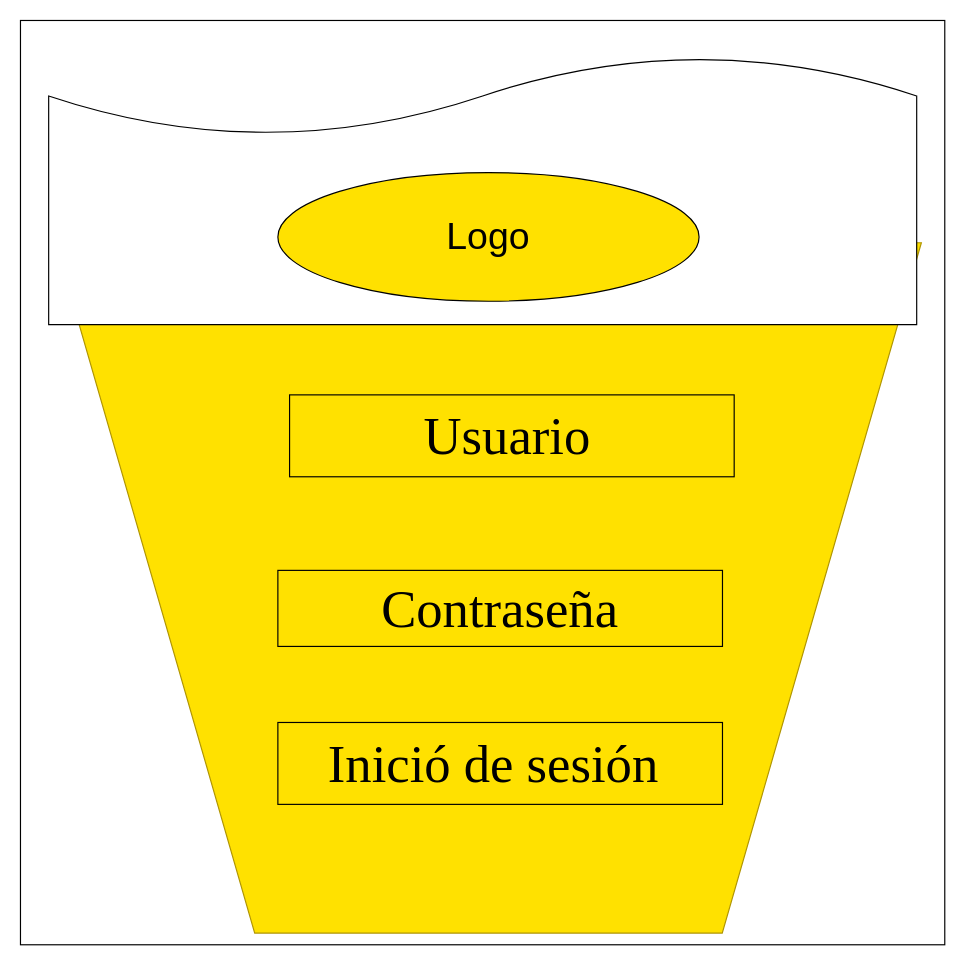
This is page "Page-10" (10 of 12) of Bocetos/Bocetos-de-login/Untitled Diagram.drawio from Evaristodantur/BierClub, a draw.io file, before an edit. Source tidied: cells renumbered, new cells numbered last; positions are measured from the earlier drawing's top-left corner, leaving out a move shared by most shapes. Both pictures are drawn from the tidied source at 117%, with x=0, y=0 at pixel (20, 20).
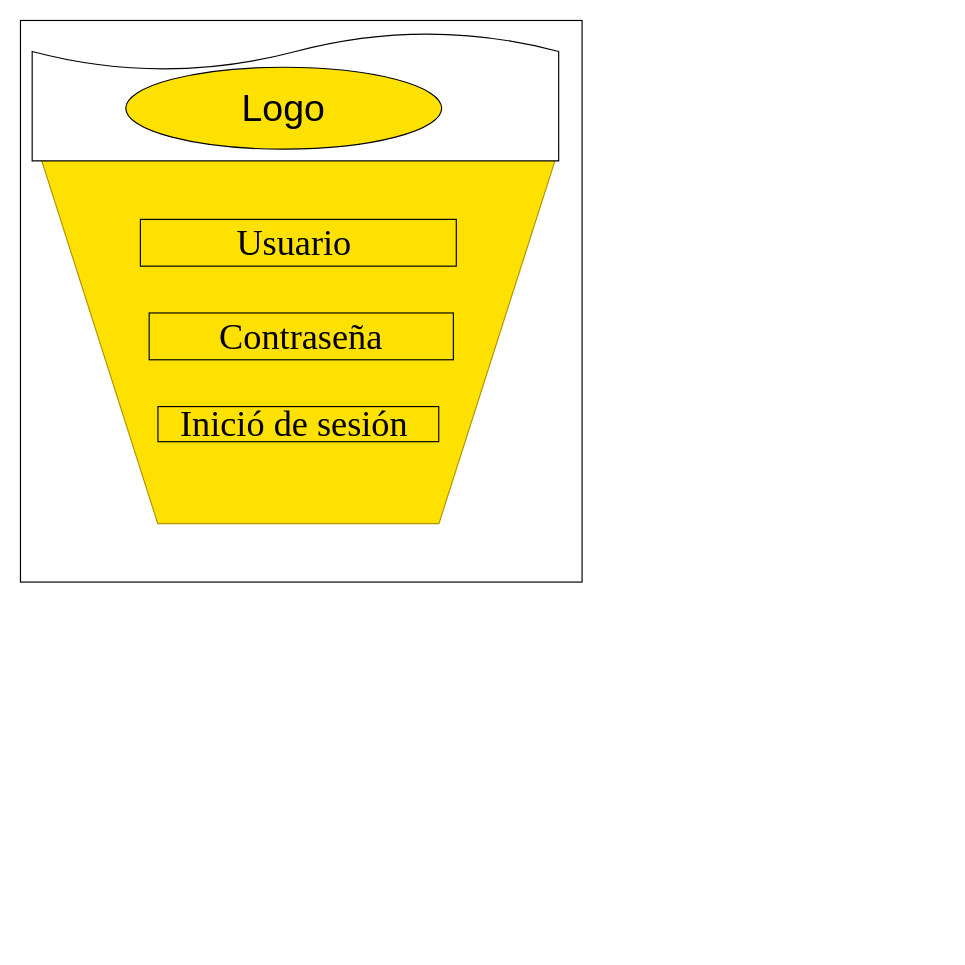
The same diagram, later.

The edit, as a diff of the source:
```diff
@@
 <mxGraphModel>
   <root>
     <mxCell id="0" />
     <mxCell id="1" parent="0" />
     <mxCell id="2" style="whiteSpace=wrap;html=1;" parent="1" vertex="1">
-      <mxGeometry width="790" height="790" as="geometry" />
+      <mxGeometry width="480" height="480" as="geometry" />
     </mxCell>
     <mxCell id="3" style="verticalLabelPosition=bottom;verticalAlign=top;html=1;shape=trapezoid;perimeter=trapezoidPerimeter;whiteSpace=wrap;size=0.23;arcSize=10;flipV=1;strokeColor=#B09500;fontColor=#ffffff;fillColor=#FFE100;" parent="1" vertex="1">
-      <mxGeometry x="30" y="190" width="740" height="590" as="geometry" />
+      <mxGeometry x="15" y="110" width="445" height="320" as="geometry" />
     </mxCell>
     <mxCell id="4" style="shape=document;whiteSpace=wrap;html=1;boundedLbl=1;rotation=-180;" parent="1" vertex="1">
-      <mxGeometry x="24.1" y="30" width="741.9" height="230" as="geometry" />
+      <mxGeometry x="10" y="10" width="450" height="110" as="geometry" />
     </mxCell>
-    <mxCell id="5" value="&lt;font style=&quot;font-size: 45px&quot; face=&quot;Times New Roman&quot;&gt;Inició de sesión&amp;nbsp;&lt;/font&gt;" style="rounded=0;whiteSpace=wrap;html=1;fillColor=#FFE100;gradientColor=none;" parent="1" vertex="1">
-      <mxGeometry x="220" y="600" width="380" height="70" as="geometry" />
+    <mxCell id="5" value="&lt;font face=&quot;Times New Roman&quot; style=&quot;font-size: 31px&quot;&gt;Inició de sesión&amp;nbsp;&lt;/font&gt;" style="rounded=0;whiteSpace=wrap;html=1;fillColor=#FFE100;gradientColor=none;" parent="1" vertex="1">
+      <mxGeometry x="117.5" y="330" width="240" height="30" as="geometry" />
     </mxCell>
-    <mxCell id="6" value="&lt;font style=&quot;font-size: 45px&quot; face=&quot;Times New Roman&quot;&gt;Contraseña&lt;/font&gt;" style="rounded=0;whiteSpace=wrap;html=1;fillColor=#FFE100;gradientColor=none;" parent="1" vertex="1">
-      <mxGeometry x="220" y="470" width="380" height="65" as="geometry" />
+    <mxCell id="6" value="&lt;font face=&quot;Times New Roman&quot; style=&quot;font-size: 31px&quot;&gt;Contraseña&lt;/font&gt;" style="rounded=0;whiteSpace=wrap;html=1;fillColor=#FFE100;gradientColor=none;" parent="1" vertex="1">
+      <mxGeometry x="110" y="250" width="260" height="40" as="geometry" />
     </mxCell>
-    <mxCell id="7" value="&lt;font face=&quot;Times New Roman&quot;&gt;&lt;font style=&quot;font-size: 45px&quot;&gt;Usuario&lt;/font&gt;&lt;font style=&quot;font-size: 30px&quot;&gt;&amp;nbsp;&lt;/font&gt;&lt;/font&gt;" style="rounded=0;whiteSpace=wrap;html=1;fillColor=#FFE100;gradientColor=none;fontSize=15;" parent="1" vertex="1">
-      <mxGeometry x="230" y="320" width="380" height="70" as="geometry" />
+    <mxCell id="7" value="&lt;font face=&quot;Times New Roman&quot; style=&quot;font-size: 31px&quot;&gt;&lt;font style=&quot;font-size: 31px&quot;&gt;Usuario&lt;/font&gt;&lt;font style=&quot;font-size: 31px&quot;&gt;&amp;nbsp;&lt;/font&gt;&lt;/font&gt;" style="rounded=0;whiteSpace=wrap;html=1;fillColor=#FFE100;gradientColor=none;fontSize=15;" parent="1" vertex="1">
+      <mxGeometry x="102.5" y="170" width="270" height="40" as="geometry" />
     </mxCell>
     <mxCell id="8" value="&lt;font style=&quot;font-size: 32px&quot;&gt;Logo&lt;/font&gt;" style="ellipse;whiteSpace=wrap;html=1;fillColor=#FFE100;gradientColor=none;fontSize=15;" parent="1" vertex="1">
-      <mxGeometry x="220" y="130" width="360" height="110" as="geometry" />
+      <mxGeometry x="90" y="40" width="270" height="70" as="geometry" />
     </mxCell>
   </root>
 </mxGraphModel>
```
